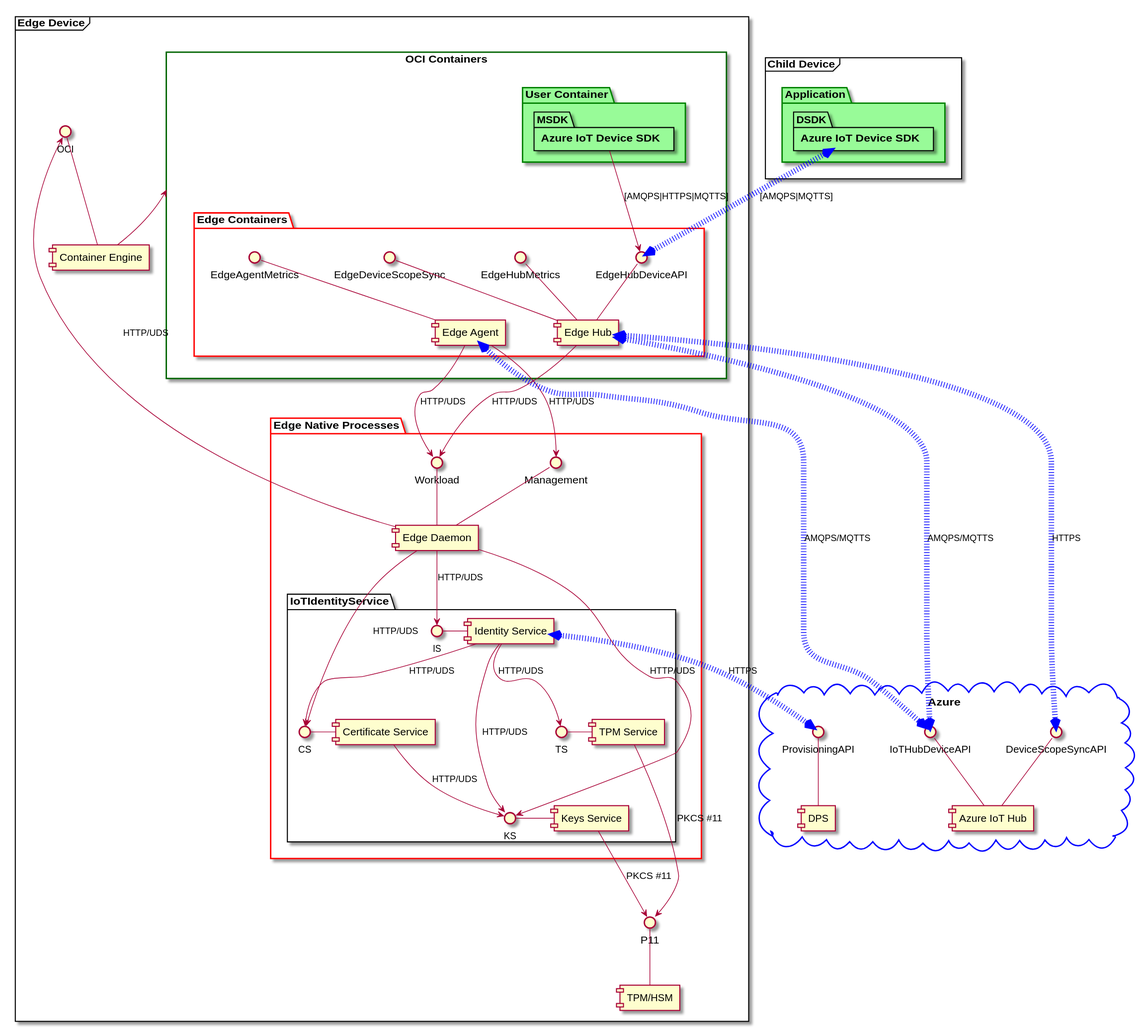
Above: image/system.svg in Azure/iotedge-docs-1.2 (PlantUML), before the change.
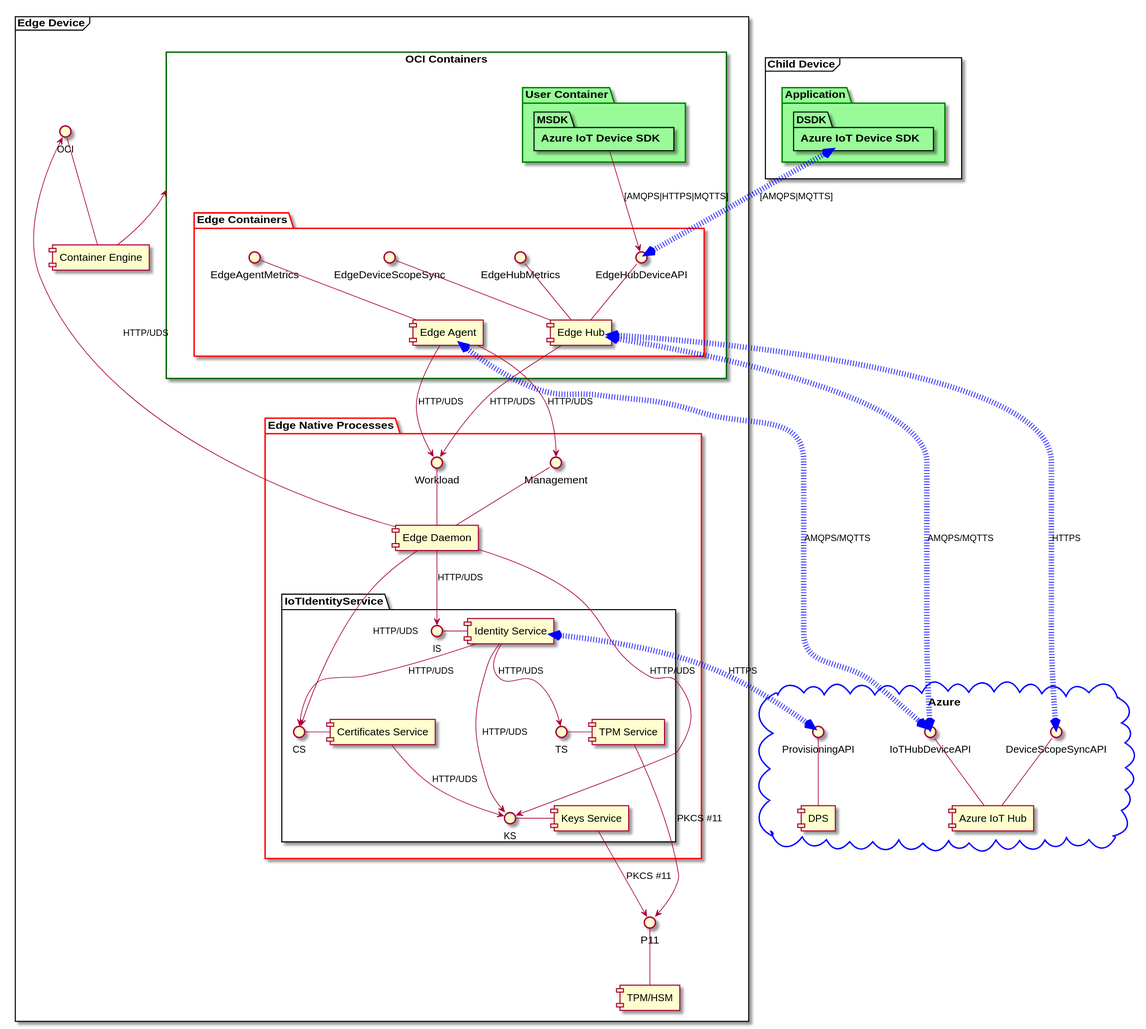
The same file after the commit.

Diff of the diagram source:
```diff
@@ -19,7 +19,7 @@
 	package "Edge Native Processes" as NativeProcesses #line:red;line.bold;text:black {
 		package IoTIdentityService {
 			IS - [Identity Service]
-			CS - [Certificate Service]
+			CS - [Certificates Service]
 			KS - [Keys Service]
 			TS - [TPM Service]
 		}
@@ -56,7 +56,7 @@
 [Identity Service] --> [TS] : HTTP/UDS
 [Identity Service] <.[#blue,dotted,thickness=8]do.> ProvisioningAPI : HTTPS
 
-[Certificate Service] --> [KS] : HTTP/UDS
+[Certificates Service] --> [KS] : HTTP/UDS
 [TPM Service] --> [P11] : PKCS #11
 [Keys Service] --> [P11] : PKCS #11
 
```
